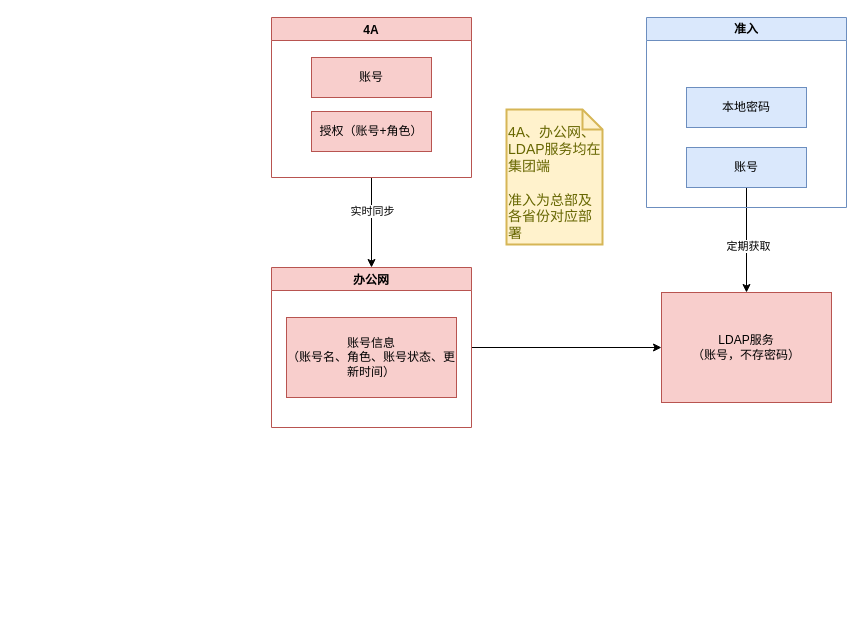
The draw.io diagram page "方案一" (1 of 2) of 系统功能流程图/办公网.drawio in 158698706/tt4a, before the edit. Source tidied: cells renumbered, new cells numbered last; positions are measured from the earlier drawing's top-left corner, leaving out a move shared by most shapes. Both pictures are drawn from the tidied source at 100%, with x=0, y=0 at pixel (271, 17).
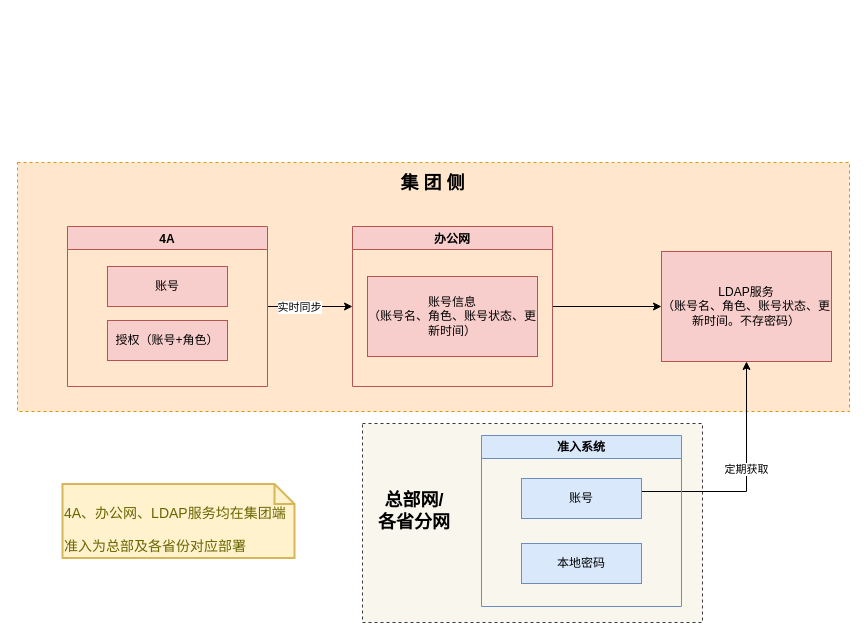
The same page after the edit.

Commit message:
更新办公网.drawio

Change to the diagram source:
```diff
@@
+    <mxCell id="17" style="rounded=0;whiteSpace=wrap;html=1;dashed=1;fillColor=#f9f7ed;strokeColor=#36393d;" parent="1" vertex="1">
+      <mxGeometry x="91" y="406" width="340" height="199" as="geometry" />
+    </mxCell>
+    <mxCell id="18" style="rounded=0;whiteSpace=wrap;html=1;fillColor=#ffe6cc;strokeColor=#d79b00;dashed=1;" parent="1" vertex="1">
+      <mxGeometry x="-254" y="145" width="832" height="249" as="geometry" />
+    </mxCell>
-    <mxCell id="2" style="edgeStyle=orthogonalEdgeStyle;rounded=0;jettySize=auto;html=1;entryX=0.5;entryY=0;entryDx=0;entryDy=0;" parent="1" edge="1" source="4" target="8">
+    <mxCell id="2" style="edgeStyle=orthogonalEdgeStyle;rounded=0;jettySize=auto;html=1;entryX=0;entryY=0.5;entryDx=0;entryDy=0;" parent="1" edge="1" source="4" target="8">
       <mxGeometry relative="1" as="geometry" />
     </mxCell>
@@
     <mxCell id="4" value="4A" style="swimlane;fillColor=#f8cecc;strokeColor=#b85450;" parent="1" vertex="1">
-      <mxGeometry width="200" height="160" as="geometry" />
+      <mxGeometry x="-204" y="209" width="200" height="160" as="geometry" />
     </mxCell>
@@
     <mxCell id="8" value="办公网" style="swimlane;fillColor=#f8cecc;strokeColor=#b85450;" parent="1" vertex="1">
-      <mxGeometry y="250" width="200" height="160" as="geometry" />
+      <mxGeometry x="81" y="209" width="200" height="160" as="geometry" />
     </mxCell>
@@
-    <mxCell id="10" style="edgeStyle=orthogonalEdgeStyle;rounded=0;jettySize=auto;html=1;entryX=0.5;entryY=1;entryDx=0;entryDy=0;startArrow=classic;startFill=1;endArrow=none;endFill=0;" parent="1" edge="1" source="12" target="14">
-      <mxGeometry relative="1" as="geometry" />
+    <mxCell id="10" style="edgeStyle=orthogonalEdgeStyle;rounded=0;jettySize=auto;html=1;entryX=1;entryY=0.25;entryDx=0;entryDy=0;startArrow=classic;startFill=1;endArrow=none;endFill=0;" parent="1" edge="1" source="12" target="14">
+      <mxGeometry relative="1" as="geometry">
+        <Array as="points">
+          <mxPoint x="475" y="474" />
+          <mxPoint x="370" y="474" />
+        </Array>
+      </mxGeometry>
     </mxCell>
@@
-    <mxCell id="12" value="LDAP服务&lt;br&gt;（账号，不存密码）" style="rounded=0;whiteSpace=wrap;html=1;fillColor=#f8cecc;strokeColor=#b85450;" parent="1" vertex="1">
-      <mxGeometry x="390" y="275" width="170" height="110" as="geometry" />
+    <mxCell id="12" value="LDAP服务&lt;br&gt;（账号名、角色、账号状态、更新时间。不存密码）" style="rounded=0;whiteSpace=wrap;html=1;fillColor=#f8cecc;strokeColor=#b85450;" parent="1" vertex="1">
+      <mxGeometry x="390" y="234" width="170" height="110" as="geometry" />
     </mxCell>
-    <mxCell id="13" value="准入" style="swimlane;whiteSpace=wrap;html=1;fillColor=#dae8fc;strokeColor=#6c8ebf;" parent="1" vertex="1">
-      <mxGeometry x="375" width="200" height="190" as="geometry" />
+    <mxCell id="13" value="准入系统" style="swimlane;whiteSpace=wrap;html=1;fillColor=#dae8fc;strokeColor=#6c8ebf;" parent="1" vertex="1">
+      <mxGeometry x="210" y="418" width="200" height="171" as="geometry" />
     </mxCell>
     <mxCell id="14" value="账号" style="rounded=0;whiteSpace=wrap;html=1;fillColor=#dae8fc;strokeColor=#6c8ebf;" parent="13" vertex="1">
-      <mxGeometry x="40" y="130" width="120" height="40" as="geometry" />
+      <mxGeometry x="40" y="43" width="120" height="40" as="geometry" />
     </mxCell>
     <mxCell id="15" value="本地密码" style="rounded=0;whiteSpace=wrap;html=1;fillColor=#dae8fc;strokeColor=#6c8ebf;" parent="13" vertex="1">
-      <mxGeometry x="40" y="70" width="120" height="40" as="geometry" />
+      <mxGeometry x="40" y="108" width="120" height="40" as="geometry" />
     </mxCell>
-    <mxCell id="16" value="&lt;br&gt;4A、办公网、LDAP服务均在集团端&lt;br&gt;&lt;br&gt;准入为总部及各省份对应部署" style="shape=note;strokeWidth=2;fontSize=14;size=20;whiteSpace=wrap;html=1;fillColor=#fff2cc;strokeColor=#d6b656;fontColor=#666600;align=left;verticalAlign=bottom;" parent="1" vertex="1">
-      <mxGeometry x="235" y="92" width="96" height="135" as="geometry" />
+    <mxCell id="16" value="&lt;br&gt;4A、办公网、LDAP服务均在集团端&lt;br&gt;&lt;br&gt;准入为总部及各省份对应部署" style="shape=note;strokeWidth=2;fontSize=14;size=20;whiteSpace=wrap;html=1;fillColor=#fff2cc;strokeColor=#d6b656;fontColor=#666600;align=left;verticalAlign=middle;" parent="1" vertex="1">
+      <mxGeometry x="-209" y="466.5" width="232" height="74" as="geometry" />
     </mxCell>
+    <mxCell id="19" value="集 团 侧" style="text;html=1;strokeColor=none;fillColor=none;align=center;verticalAlign=middle;whiteSpace=wrap;rounded=0;fontStyle=1;fontSize=18;" parent="1" vertex="1">
+      <mxGeometry x="65" y="151" width="193" height="30" as="geometry" />
+    </mxCell>
+    <mxCell id="20" value="总部网/&lt;br style=&quot;font-size: 18px;&quot;&gt;各省分网" style="text;html=1;strokeColor=none;fillColor=none;align=center;verticalAlign=middle;whiteSpace=wrap;rounded=0;fontSize=18;fontStyle=1;" parent="1" vertex="1">
+      <mxGeometry x="103" y="466.5" width="80" height="55" as="geometry" />
+    </mxCell>
```
